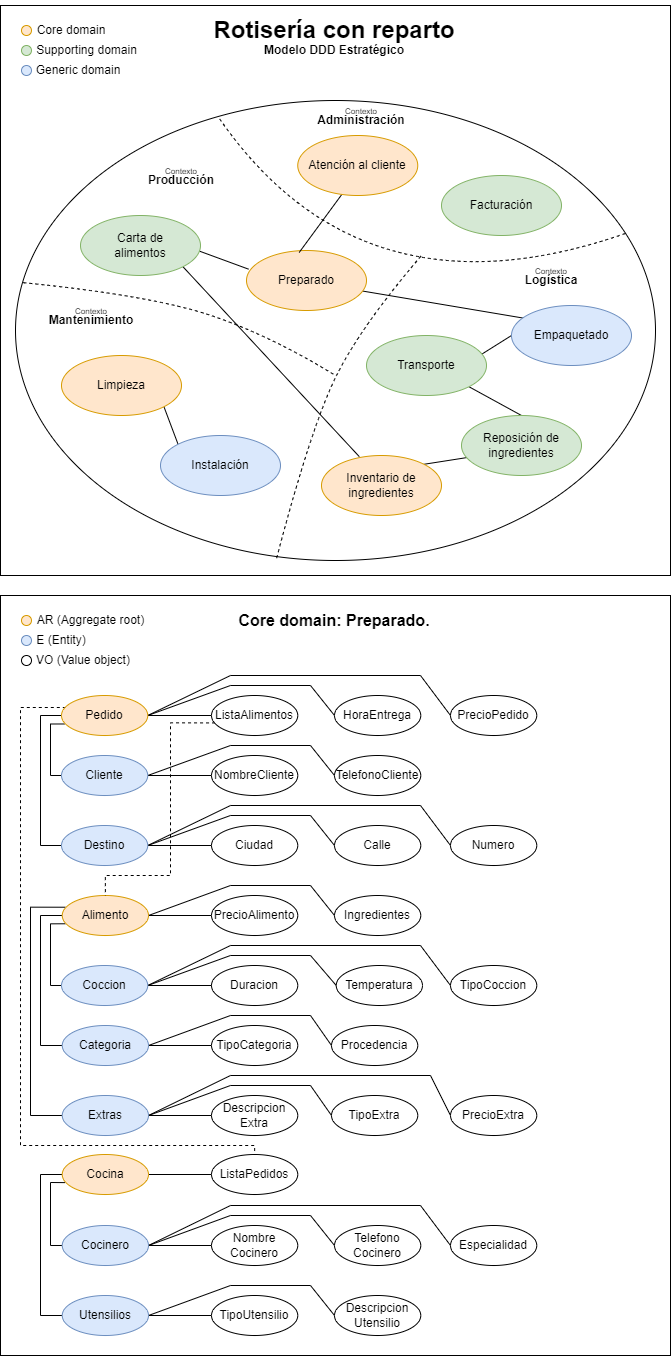
Above: Modelo/ModeloRotiseriaDDD-Estratégico.drawio.png in collazomathias/Rotiseria (draw.io), before the change. Source tidied: cells renumbered, new cells last; positions are measured from the earlier drawing's top-left corner, leaving out a move shared by most shapes.
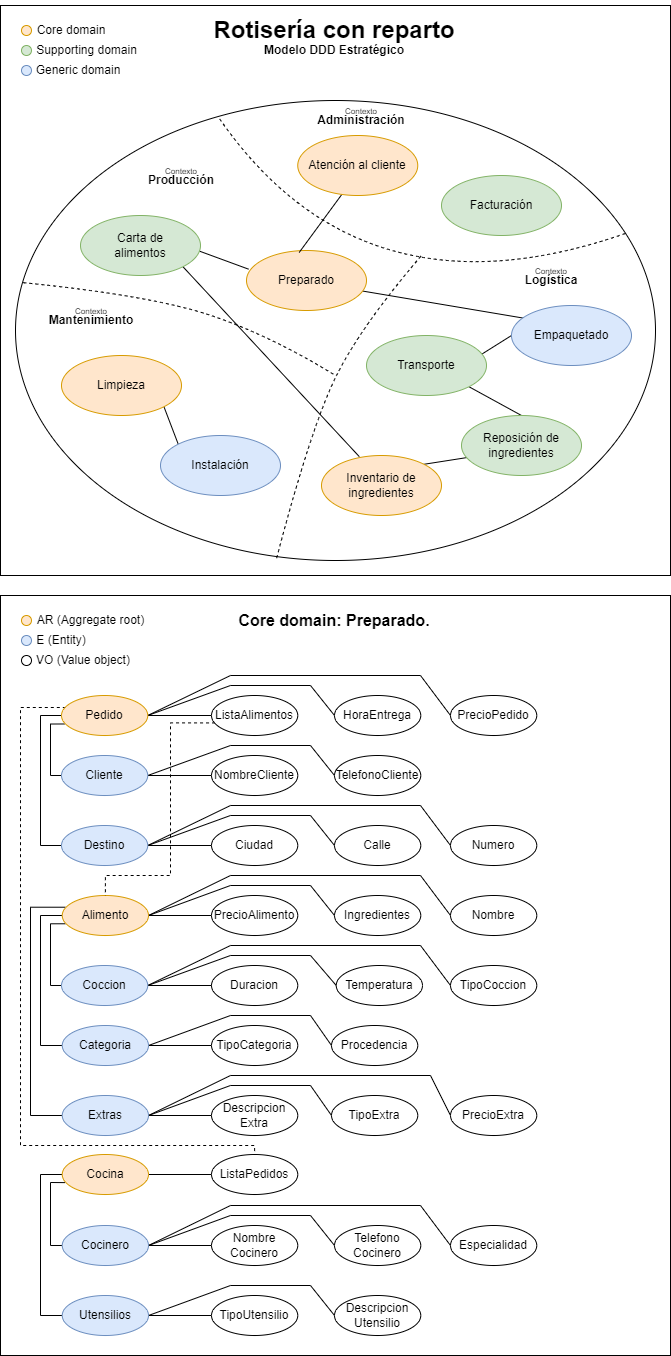
After the commit.

What changed in the source:
```diff
@@ -241,6 +241,14 @@
         </Array>
       </mxGeometry>
     </mxCell>
+    <mxCell id="116" style="rounded=0;jettySize=auto;html=1;exitX=1;exitY=0.5;exitDx=0;exitDy=0;entryX=0;entryY=0.5;entryDx=0;entryDy=0;fontSize=11;endArrow=none;endFill=0;" parent="1" edge="1" source="61" target="117">
+      <mxGeometry relative="1" as="geometry">
+        <Array as="points">
+          <mxPoint x="230" y="870" />
+          <mxPoint x="420" y="870" />
+        </Array>
+      </mxGeometry>
+    </mxCell>
     <mxCell id="61" value="Alimento&lt;span style=&quot;color: rgba(0 , 0 , 0 , 0) ; font-family: monospace ; font-size: 0px&quot;&gt;%3CmxGraphModel%3E%3Croot%3E%3CmxCell%20id%3D%220%22%2F%3E%3CmxCell%20id%3D%221%22%20parent%3D%220%22%2F%3E%3CmxCell%20id%3D%222%22%20value%3D%22Pedido%22%20style%3D%22ellipse%3BwhiteSpace%3Dwrap%3Bhtml%3D1%3BfillColor%3D%23ffe6cc%3BstrokeColor%3D%23d79b00%3B%22%20vertex%3D%221%22%20parent%3D%221%22%3E%3CmxGeometry%20x%3D%22133.75%22%20y%3D%22750%22%20width%3D%2286.25%22%20height%3D%2240%22%20as%3D%22geometry%22%2F%3E%3C%2FmxCell%3E%3C%2Froot%3E%3C%2FmxGraphModel%3E&lt;/span&gt;" style="ellipse;whiteSpace=wrap;html=1;fillColor=#ffe6cc;strokeColor=#d79b00;" parent="1" vertex="1">
       <mxGeometry x="61.8" y="890" width="86.2" height="40" as="geometry" />
     </mxCell>
@@ -482,5 +490,8 @@
     <mxCell id="115" value="PrecioPedido" style="ellipse;whiteSpace=wrap;html=1;" parent="1" vertex="1">
       <mxGeometry x="450" y="690" width="86.2" height="40" as="geometry" />
     </mxCell>
+    <mxCell id="117" value="Nombre" style="ellipse;whiteSpace=wrap;html=1;" parent="1" vertex="1">
+      <mxGeometry x="450" y="890" width="86.2" height="40" as="geometry" />
+    </mxCell>
   </root>
 </mxGraphModel>
```
